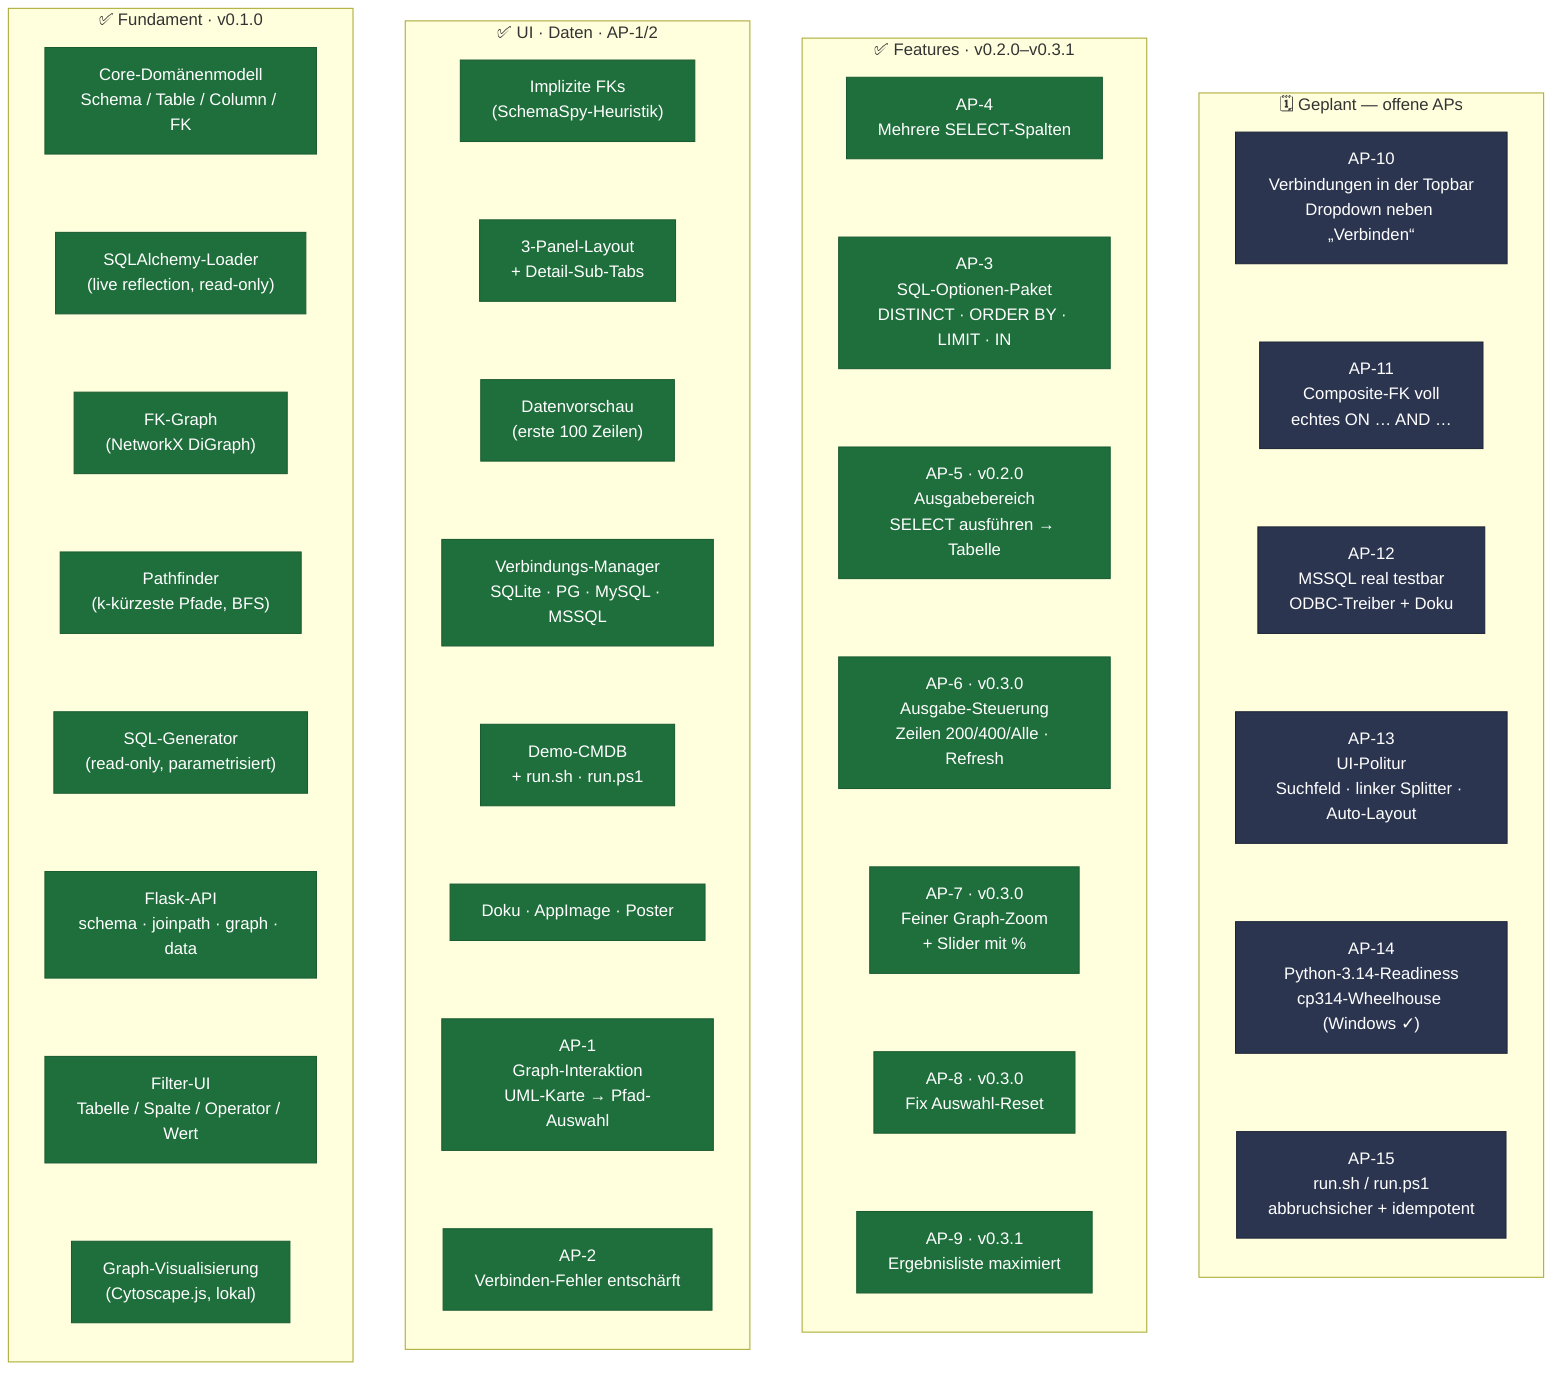
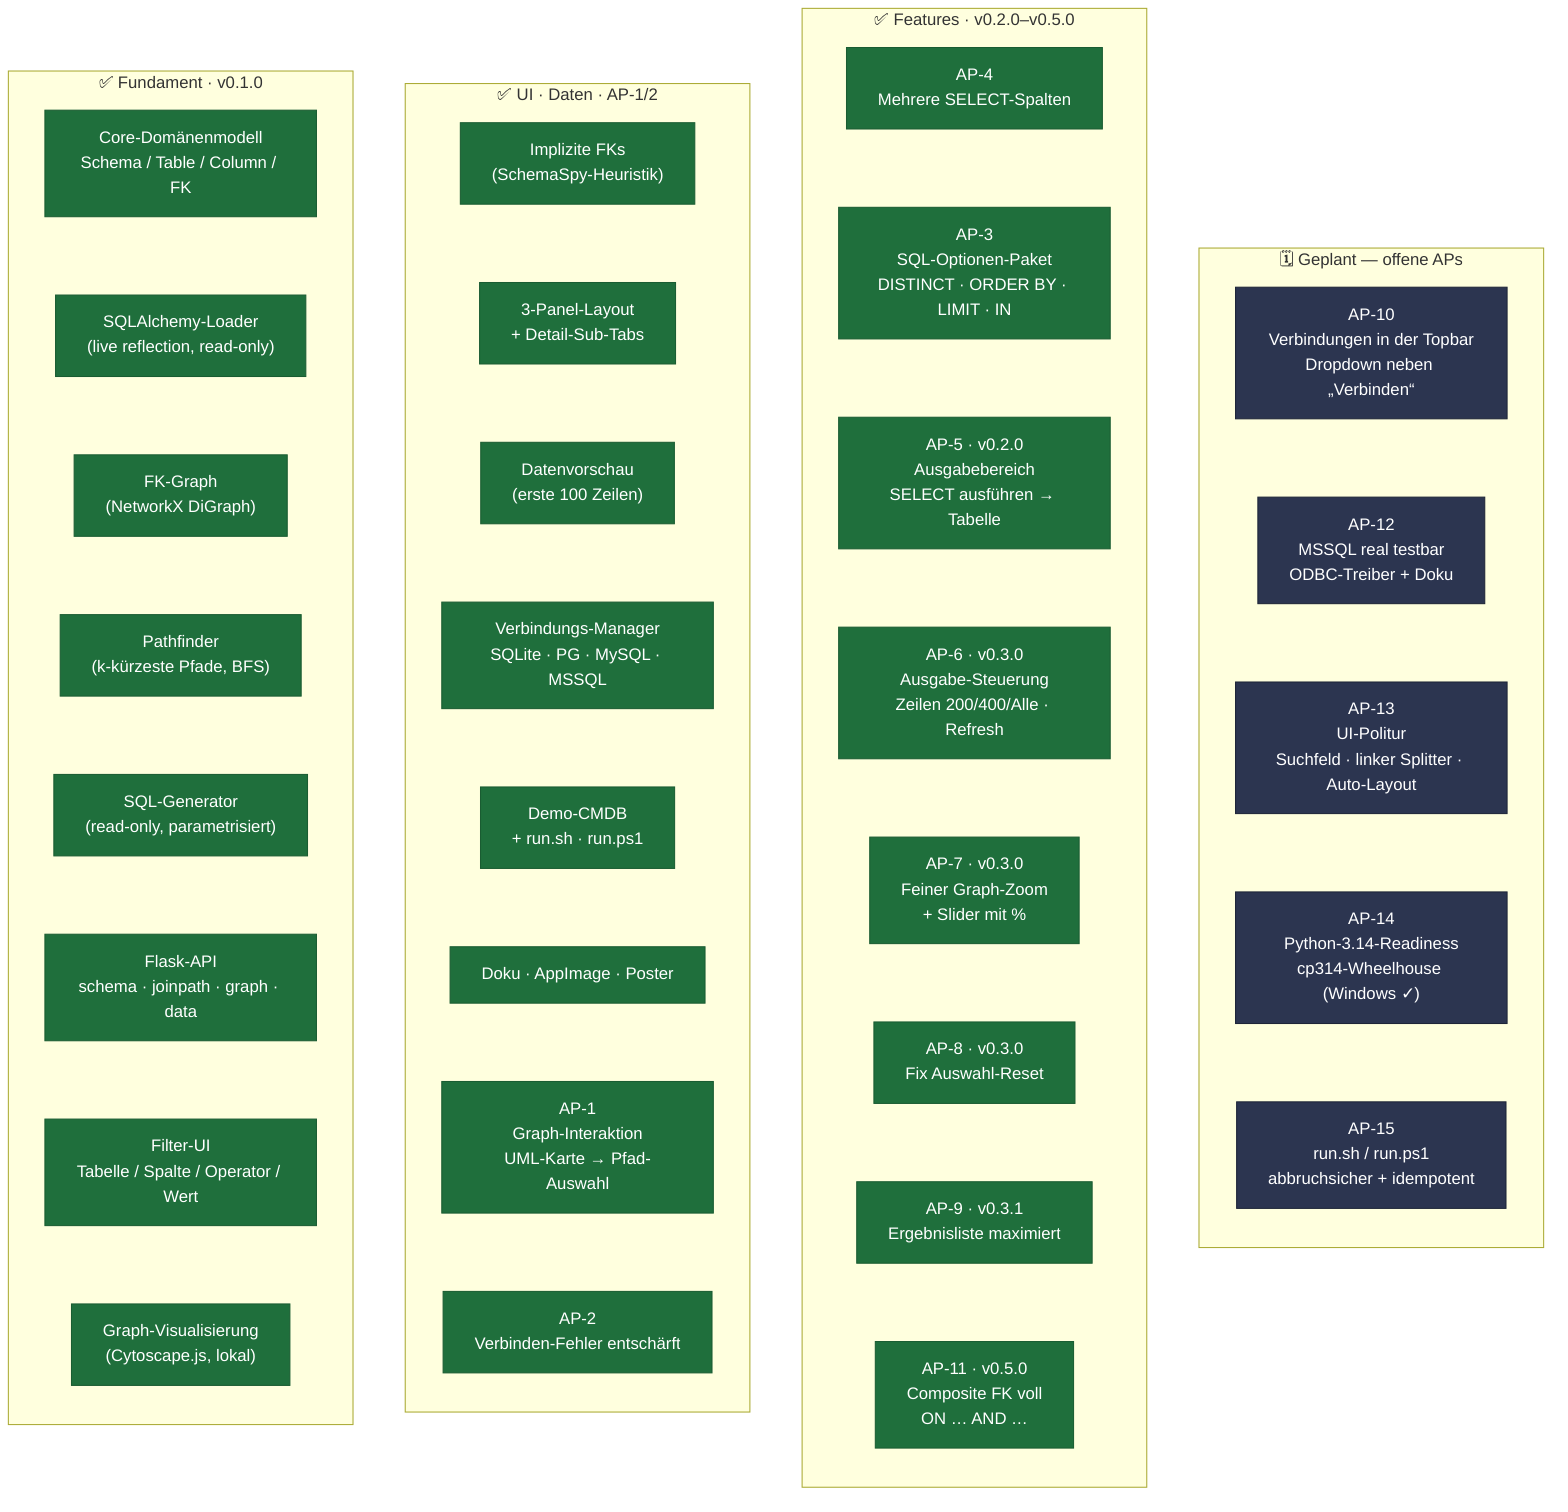
flowchart LR
    classDef done fill:#1f6f3c,color:#fff,stroke:#1a5c32
    classDef wip  fill:#7a5c00,color:#fff,stroke:#5e4600
    classDef plan fill:#2c3550,color:#fff,stroke:#1e2538

    subgraph S1["✅  Fundament · v0.1.0"]
        direction TB
        D1["Core-Domänenmodell\nSchema / Table / Column / FK"]
        D2["SQLAlchemy-Loader\n(live reflection, read-only)"]
        D3["FK-Graph\n(NetworkX DiGraph)"]
        D4["Pathfinder\n(k-kürzeste Pfade, BFS)"]
        D5["SQL-Generator\n(read-only, parametrisiert)"]
        D6["Flask-API\nschema · joinpath · graph · data"]
        D7["Filter-UI\nTabelle / Spalte / Operator / Wert"]
        D8["Graph-Visualisierung\n(Cytoscape.js, lokal)"]
        D1 ~~~ D2 ~~~ D3 ~~~ D4 ~~~ D5 ~~~ D6 ~~~ D7 ~~~ D8
    end

    subgraph S2["✅  UI · Daten · AP-1/2"]
        direction TB
        D9["Implizite FKs\n(SchemaSpy-Heuristik)"]
        D10["3-Panel-Layout\n+ Detail-Sub-Tabs"]
        D11["Datenvorschau\n(erste 100 Zeilen)"]
        D12["Verbindungs-Manager\nSQLite · PG · MySQL · MSSQL"]
        D13["Demo-CMDB\n+ run.sh · run.ps1"]
        D14["Doku · AppImage · Poster"]
        D15["AP-1\nGraph-Interaktion\nUML-Karte → Pfad-Auswahl"]
        D16["AP-2\nVerbinden-Fehler entschärft"]
        D9 ~~~ D10 ~~~ D11 ~~~ D12 ~~~ D13 ~~~ D14 ~~~ D15 ~~~ D16
    end

-     subgraph S3["✅  Features · v0.2.0–v0.3.1"]
+     subgraph S3["✅  Features · v0.2.0–v0.5.0"]
        direction TB
        D17["AP-4\nMehrere SELECT-Spalten"]
        D18["AP-3\nSQL-Optionen-Paket\nDISTINCT · ORDER BY · LIMIT · IN"]
        D19["AP-5 · v0.2.0\nAusgabebereich\nSELECT ausführen → Tabelle"]
        D20["AP-6 · v0.3.0\nAusgabe-Steuerung\nZeilen 200/400/Alle · Refresh"]
        D21["AP-7 · v0.3.0\nFeiner Graph-Zoom\n+ Slider mit %"]
        D22["AP-8 · v0.3.0\nFix Auswahl-Reset"]
        D23["AP-9 · v0.3.1\nErgebnisliste maximiert"]
-         D17 ~~~ D18 ~~~ D19 ~~~ D20 ~~~ D21 ~~~ D22 ~~~ D23
+         D24["AP-11 · v0.5.0\nComposite FK voll\nON … AND …"]
+         D17 ~~~ D18 ~~~ D19 ~~~ D20 ~~~ D21 ~~~ D22 ~~~ D23 ~~~ D24
    end

    subgraph S4["🗓️  Geplant — offene APs"]
        direction TB
        P10["AP-10\nVerbindungen in der Topbar\nDropdown neben „Verbinden“"]
-         P11["AP-11\nComposite-FK voll\nechtes ON … AND …"]
        P12["AP-12\nMSSQL real testbar\nODBC-Treiber + Doku"]
        P13["AP-13\nUI-Politur\nSuchfeld · linker Splitter · Auto-Layout"]
        P14["AP-14\nPython-3.14-Readiness\ncp314-Wheelhouse (Windows ✓)"]
        P15["AP-15\nrun.sh / run.ps1\nabbruchsicher + idempotent"]
-         P10 ~~~ P11 ~~~ P12 ~~~ P13 ~~~ P14 ~~~ P15
+         P10 ~~~ P12 ~~~ P13 ~~~ P14 ~~~ P15
    end

    %% Subgraphs nebeneinander erzwingen (sonst stapelt dagre sie vertikal)
    S1 ~~~ S2 ~~~ S3 ~~~ S4

-     class D1,D2,D3,D4,D5,D6,D7,D8,D9,D10,D11,D12,D13,D14,D15,D16,D17,D18,D19,D20,D21,D22,D23 done
-     class P10,P11,P12,P13,P14,P15 plan
+     class D1,D2,D3,D4,D5,D6,D7,D8,D9,D10,D11,D12,D13,D14,D15,D16,D17,D18,D19,D20,D21,D22,D23,D24 done
+     class P10,P12,P13,P14,P15 plan
